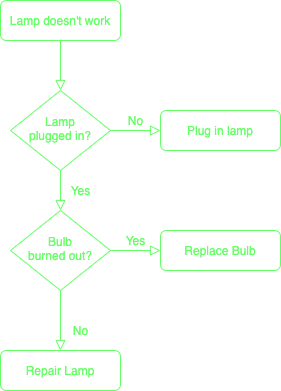
Earlier version of the draw.io export io.diagrams/lamp.png (einbahnstrasse/MTEC1003-slides). Source tidied: cells renumbered, new cells last; positions are measured from the earlier drawing's top-left corner, leaving out a move shared by most shapes.
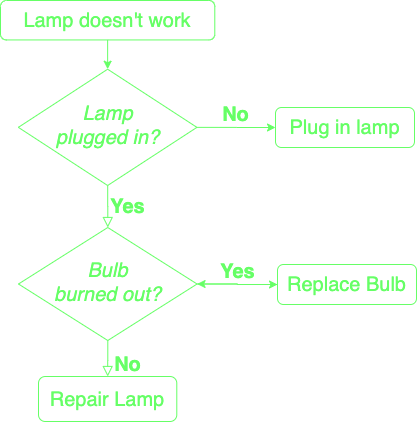
Later version of the same file.

Commit message:
trying class plain

What changed in the source:
```diff
@@ -2,38 +2,44 @@
   <root>
     <mxCell id="0" />
     <mxCell id="1" parent="0" />
-    <mxCell id="2" style="rounded=0;html=1;jettySize=auto;fontSize=12;endArrow=block;endFill=0;endSize=8;strokeWidth=1;shadow=0;labelBackgroundColor=none;edgeStyle=orthogonalEdgeStyle;fillColor=none;fontColor=#66FF66;strokeColor=#66FF66;" parent="1" edge="1" source="3" target="6">
+    <mxCell id="2" style="edgeStyle=orthogonalEdgeStyle;rounded=0;jettySize=auto;html=1;exitX=0.5;exitY=1;exitDx=0;exitDy=0;entryX=0.5;entryY=0;entryDx=0;entryDy=0;strokeColor=#66FF66;fontSize=12;fontColor=#66FF66;" parent="1" edge="1" source="3" target="5">
       <mxGeometry relative="1" as="geometry" />
     </mxCell>
-    <mxCell id="3" value="Lamp doesn't work" style="rounded=1;whiteSpace=wrap;html=1;fontSize=12;glass=0;strokeWidth=1;shadow=0;fillColor=none;fontColor=#66FF66;strokeColor=#66FF66;" parent="1" vertex="1">
-      <mxGeometry width="120" height="40" as="geometry" />
+    <mxCell id="3" value="&lt;font style=&quot;font-size: 20px&quot;&gt;Lamp doesn't work&lt;/font&gt;" style="rounded=1;whiteSpace=wrap;html=1;fontSize=12;glass=0;strokeWidth=1;shadow=0;fillColor=none;fontColor=#66FF66;strokeColor=#66FF66;" parent="1" vertex="1">
+      <mxGeometry y="32" width="214.3" height="39.4" as="geometry" />
     </mxCell>
-    <mxCell id="4" value="Yes" style="rounded=0;html=1;jettySize=auto;fontSize=12;endArrow=block;endFill=0;endSize=8;strokeWidth=1;shadow=0;labelBackgroundColor=none;edgeStyle=orthogonalEdgeStyle;fillColor=none;fontColor=#66FF66;strokeColor=#66FF66;" parent="1" edge="1" source="6" target="10">
-      <mxGeometry y="20" relative="1" as="geometry" />
+    <mxCell id="4" value="&lt;b style=&quot;font-size: 20px;&quot;&gt;No&lt;/b&gt;" style="edgeStyle=orthogonalEdgeStyle;rounded=0;jettySize=auto;html=1;exitX=1;exitY=0.5;exitDx=0;exitDy=0;entryX=0;entryY=0.5;entryDx=0;entryDy=0;strokeColor=#66FF66;fontSize=12;fontColor=#66FF66;labelBackgroundColor=none;" parent="1" edge="1" source="5" target="6">
+      <mxGeometry y="13" relative="1" as="geometry" />
     </mxCell>
-    <mxCell id="5" value="No" style="edgeStyle=orthogonalEdgeStyle;rounded=0;html=1;jettySize=auto;fontSize=12;endArrow=block;endFill=0;endSize=8;strokeWidth=1;shadow=0;labelBackgroundColor=none;fillColor=none;fontColor=#66FF66;strokeColor=#66FF66;" parent="1" edge="1" source="6" target="7">
-      <mxGeometry y="10" relative="1" as="geometry" />
+    <mxCell id="5" value="&lt;font style=&quot;font-size: 20px&quot;&gt;&lt;i&gt;Lamp&lt;br&gt;plugged in?&lt;/i&gt;&lt;/font&gt;" style="rhombus;whiteSpace=wrap;html=1;shadow=0;fontFamily=Helvetica;fontSize=12;align=center;strokeWidth=1;spacing=6;spacingTop=-4;fillColor=none;fontColor=#66FF66;strokeColor=#66FF66;" parent="1" vertex="1">
+      <mxGeometry x="17.9" y="100.7" width="178.6" height="116.3" as="geometry" />
     </mxCell>
-    <mxCell id="6" value="Lamp&lt;br style=&quot;font-size: 12px;&quot;&gt;plugged in?" style="rhombus;whiteSpace=wrap;html=1;shadow=0;fontFamily=Helvetica;fontSize=12;align=center;strokeWidth=1;spacing=6;spacingTop=-4;fillColor=none;fontColor=#66FF66;strokeColor=#66FF66;" parent="1" vertex="1">
-      <mxGeometry x="10" y="90" width="100" height="80" as="geometry" />
+    <mxCell id="6" value="&lt;font style=&quot;font-size: 20px&quot;&gt;Plug in lamp&lt;/font&gt;" style="rounded=1;whiteSpace=wrap;html=1;fontSize=12;glass=0;strokeWidth=1;shadow=0;fillColor=none;fontColor=#66FF66;strokeColor=#66FF66;" parent="1" vertex="1">
+      <mxGeometry x="275" y="139" width="139" height="40" as="geometry" />
     </mxCell>
-    <mxCell id="7" value="Plug in lamp" style="rounded=1;whiteSpace=wrap;html=1;fontSize=12;glass=0;strokeWidth=1;shadow=0;fillColor=none;fontColor=#66FF66;strokeColor=#66FF66;" parent="1" vertex="1">
-      <mxGeometry x="160" y="110" width="120" height="40" as="geometry" />
+    <mxCell id="7" style="edgeStyle=orthogonalEdgeStyle;rounded=0;jettySize=auto;html=1;exitX=1;exitY=0.5;exitDx=0;exitDy=0;entryX=0;entryY=0.5;entryDx=0;entryDy=0;strokeColor=#66FF66;fontSize=12;fontColor=#66FF66;" parent="1" edge="1" source="8" target="13">
+      <mxGeometry relative="1" as="geometry" />
     </mxCell>
-    <mxCell id="8" value="No" style="rounded=0;html=1;jettySize=auto;fontSize=12;endArrow=block;endFill=0;endSize=8;strokeWidth=1;shadow=0;labelBackgroundColor=none;edgeStyle=orthogonalEdgeStyle;fillColor=none;fontColor=#66FF66;strokeColor=#66FF66;" parent="1" edge="1" source="10" target="11">
-      <mxGeometry x="0.33" y="20" relative="1" as="geometry" />
+    <mxCell id="8" value="&lt;font style=&quot;font-size: 20px&quot;&gt;&lt;i&gt;Bulb&lt;br&gt;burned out?&lt;/i&gt;&lt;/font&gt;" style="rhombus;whiteSpace=wrap;html=1;shadow=0;fontFamily=Helvetica;fontSize=12;align=center;strokeWidth=1;spacing=6;spacingTop=-4;fillColor=none;fontColor=#66FF66;strokeColor=#66FF66;" parent="1" vertex="1">
+      <mxGeometry x="18" y="259" width="178.6" height="113" as="geometry" />
     </mxCell>
-    <mxCell id="9" value="Yes" style="edgeStyle=orthogonalEdgeStyle;rounded=0;html=1;jettySize=auto;fontSize=12;endArrow=block;endFill=0;endSize=8;strokeWidth=1;shadow=0;labelBackgroundColor=none;fillColor=none;fontColor=#66FF66;strokeColor=#66FF66;" parent="1" edge="1" source="10" target="12">
-      <mxGeometry y="10" relative="1" as="geometry" />
+    <mxCell id="9" value="&lt;font style=&quot;font-size: 20px&quot;&gt;&lt;b&gt;Yes&lt;/b&gt;&lt;/font&gt;" style="rounded=0;html=1;jettySize=auto;fontSize=12;endArrow=block;endFill=0;endSize=8;strokeWidth=1;shadow=0;labelBackgroundColor=none;edgeStyle=orthogonalEdgeStyle;fillColor=none;fontColor=#66FF66;strokeColor=#66FF66;" parent="1" edge="1" source="5" target="8">
+      <mxGeometry y="20" relative="1" as="geometry" />
     </mxCell>
-    <mxCell id="10" value="Bulb&lt;br style=&quot;font-size: 12px;&quot;&gt;burned out?" style="rhombus;whiteSpace=wrap;html=1;shadow=0;fontFamily=Helvetica;fontSize=12;align=center;strokeWidth=1;spacing=6;spacingTop=-4;fillColor=none;fontColor=#66FF66;strokeColor=#66FF66;" parent="1" vertex="1">
-      <mxGeometry x="10" y="210" width="100" height="80" as="geometry" />
+    <mxCell id="10" value="&lt;font style=&quot;font-size: 20px&quot;&gt;Repair Lamp&lt;/font&gt;" style="rounded=1;whiteSpace=wrap;html=1;fontSize=12;glass=0;strokeWidth=1;shadow=0;fillColor=none;fontColor=#66FF66;strokeColor=#66FF66;" parent="1" vertex="1">
+      <mxGeometry x="38" y="408" width="138.3" height="45" as="geometry" />
     </mxCell>
-    <mxCell id="11" value="Repair Lamp" style="rounded=1;whiteSpace=wrap;html=1;fontSize=12;glass=0;strokeWidth=1;shadow=0;fillColor=none;fontColor=#66FF66;strokeColor=#66FF66;" parent="1" vertex="1">
-      <mxGeometry y="350" width="120" height="40" as="geometry" />
+    <mxCell id="11" value="&lt;font style=&quot;font-size: 20px&quot;&gt;&lt;b&gt;No&lt;/b&gt;&lt;/font&gt;" style="rounded=0;html=1;jettySize=auto;fontSize=12;endArrow=block;endFill=0;endSize=8;strokeWidth=1;shadow=0;labelBackgroundColor=none;edgeStyle=orthogonalEdgeStyle;fillColor=none;fontColor=#66FF66;strokeColor=#66FF66;" parent="1" edge="1" source="8" target="10">
+      <mxGeometry x="0.33" y="20" relative="1" as="geometry" />
     </mxCell>
-    <mxCell id="12" value="Replace Bulb" style="rounded=1;whiteSpace=wrap;html=1;fontSize=12;glass=0;strokeWidth=1;shadow=0;fillColor=none;fontColor=#66FF66;strokeColor=#66FF66;" parent="1" vertex="1">
-      <mxGeometry x="160" y="230" width="120" height="40" as="geometry" />
+    <mxCell id="12" value="&lt;b style=&quot;font-size: 20px;&quot;&gt;Yes&lt;/b&gt;" style="edgeStyle=orthogonalEdgeStyle;rounded=0;jettySize=auto;html=1;strokeColor=#66FF66;fontSize=12;fontColor=#66FF66;labelBackgroundColor=none;" parent="1" edge="1" source="13" target="8">
+      <mxGeometry x="0.01" y="-13" relative="1" as="geometry" />
     </mxCell>
+    <mxCell id="13" value="&lt;font style=&quot;font-size: 20px&quot;&gt;Replace Bulb&lt;/font&gt;" style="rounded=1;whiteSpace=wrap;html=1;fontSize=12;glass=0;strokeWidth=1;shadow=0;fillColor=none;fontColor=#66FF66;strokeColor=#66FF66;" parent="1" vertex="1">
+      <mxGeometry x="277" y="296" width="139" height="40" as="geometry" />
+    </mxCell>
+    <mxCell id="14" style="edgeStyle=orthogonalEdgeStyle;rounded=0;orthogonalLoop=1;jettySize=auto;html=1;exitX=0.5;exitY=1;exitDx=0;exitDy=0;strokeColor=#66FF66;fontSize=12;fontColor=#66FF66;" parent="1" edge="1" source="8" target="8">
+      <mxGeometry relative="1" as="geometry" />
+    </mxCell>
   </root>
 </mxGraphModel>
```
